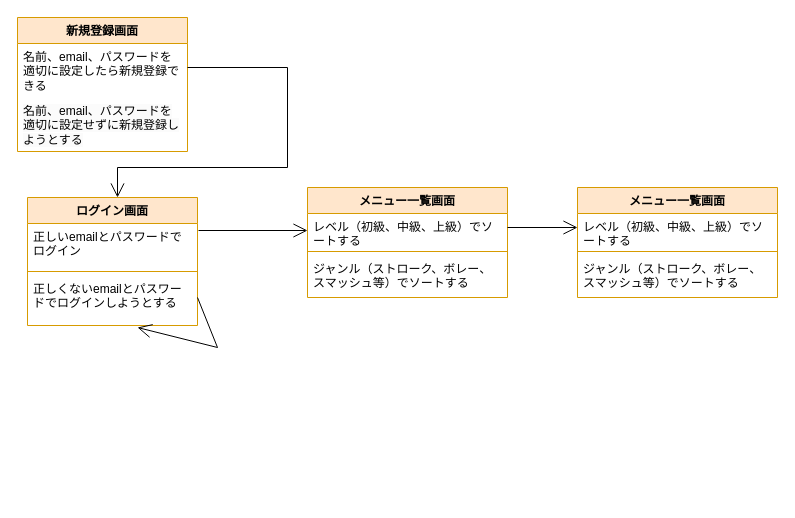
Before: 画面遷移図.drawio in yu-tas/achieve, a draw.io diagram. Source tidied: cells renumbered, new cells numbered last; positions are measured from the earlier drawing's top-left corner, leaving out a move shared by most shapes. Both pictures are drawn from the tidied source at 100%, with x=0, y=0 at pixel (17, 17).
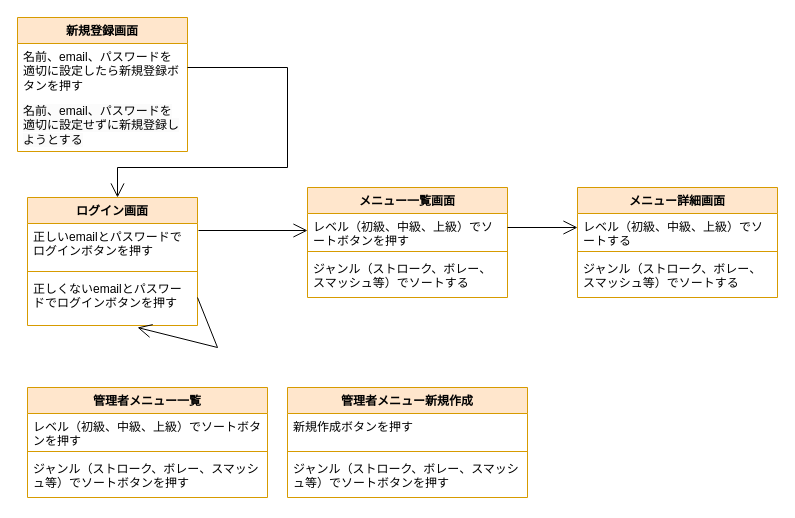
The same diagram, later.

Commit message (it also covers changes not shown here):
画面遷移図.drawio を更新します

Unchanged cells that the change refers to:
```xml
<mxCell id="2" style="group;" parent="1" vertex="1">
  <mxGeometry width="760" height="330" as="geometry" />
</mxCell>
<mxCell id="5" value="新規登録画面" style="swimlane;fontStyle=1;align=center;verticalAlign=top;horizontal=1;startSize=26;whiteSpace=wrap;html=1;fillColor=#ffe6cc;strokeColor=#d79b00;" parent="4" vertex="1">
  <mxGeometry width="170" height="134" as="geometry" />
</mxCell>
<mxCell id="11" value="ログイン画面" style="swimlane;fontStyle=1;align=center;verticalAlign=top;horizontal=1;startSize=26;whiteSpace=wrap;html=1;fillColor=#ffe6cc;strokeColor=#d79b00;" parent="10" vertex="1">
  <mxGeometry width="170" height="128" as="geometry" />
</mxCell>
<mxCell id="17" value="メニュー一覧画面" style="swimlane;fontStyle=1;align=center;verticalAlign=top;horizontal=1;startSize=26;whiteSpace=wrap;html=1;fillColor=#ffe6cc;strokeColor=#d79b00;" parent="8" vertex="1">
  <mxGeometry x="290" y="120" width="200" height="110" as="geometry" />
</mxCell>
```

What changed in the source:
```diff
@@
-    <mxCell id="6" value="名前、email、パスワードを適切に設定したら新規登録できる" style="text;strokeColor=none;fillColor=none;align=left;verticalAlign=top;spacingLeft=4;spacingRight=4;overflow=hidden;whiteSpace=wrap;html=1;" parent="5" vertex="1">
+    <mxCell id="6" value="名前、email、パスワードを適切に設定したら新規登録ボタンを押す" style="text;strokeColor=none;fillColor=none;align=left;verticalAlign=top;spacingLeft=4;spacingRight=4;overflow=hidden;whiteSpace=wrap;html=1;" parent="5" vertex="1">
       <mxGeometry y="26" width="170" height="54" as="geometry" />
     </mxCell>
@@
-    <mxCell id="12" value="正しいemailとパスワードでログイン" style="text;strokeColor=none;fillColor=none;align=left;verticalAlign=top;spacingLeft=4;spacingRight=4;overflow=hidden;points=[[0,0.5],[1,0.5]];portConstraint=eastwest;whiteSpace=wrap;html=1;" parent="11" vertex="1">
+    <mxCell id="12" value="正しいemailとパスワードでログインボタンを押す" style="text;strokeColor=none;fillColor=none;align=left;verticalAlign=top;spacingLeft=4;spacingRight=4;overflow=hidden;points=[[0,0.5],[1,0.5]];portConstraint=eastwest;whiteSpace=wrap;html=1;" parent="11" vertex="1">
       <mxGeometry y="26" width="170" height="44" as="geometry" />
     </mxCell>
@@
-    <mxCell id="14" value="正しくないemailとパスワードでログインしようとする" style="text;strokeColor=none;fillColor=none;align=left;verticalAlign=top;spacingLeft=4;spacingRight=4;overflow=hidden;whiteSpace=wrap;html=1;" parent="11" vertex="1">
+    <mxCell id="14" value="正しくないemailとパスワードでログインボタンを押す" style="text;strokeColor=none;fillColor=none;align=left;verticalAlign=top;spacingLeft=4;spacingRight=4;overflow=hidden;whiteSpace=wrap;html=1;" parent="11" vertex="1">
       <mxGeometry y="78" width="170" height="50" as="geometry" />
     </mxCell>
@@
-    <mxCell id="18" value="レベル（初級、中級、上級）でソートする" style="text;strokeColor=none;fillColor=none;align=left;verticalAlign=top;spacingLeft=4;spacingRight=4;overflow=hidden;points=[[0,0.5],[1,0.5]];portConstraint=eastwest;whiteSpace=wrap;html=1;" parent="17" vertex="1">
+    <mxCell id="18" value="レベル（初級、中級、上級）でソートボタンを押す" style="text;strokeColor=none;fillColor=none;align=left;verticalAlign=top;spacingLeft=4;spacingRight=4;overflow=hidden;points=[[0,0.5],[1,0.5]];portConstraint=eastwest;whiteSpace=wrap;html=1;" parent="17" vertex="1">
       <mxGeometry y="26" width="200" height="34" as="geometry" />
     </mxCell>
@@
-    <mxCell id="23" value="メニュー一覧画面" style="swimlane;fontStyle=1;align=center;verticalAlign=top;horizontal=1;startSize=26;whiteSpace=wrap;html=1;fillColor=#ffe6cc;strokeColor=#d79b00;" parent="2" vertex="1">
+    <mxCell id="23" value="メニュー詳細画面" style="swimlane;fontStyle=1;align=center;verticalAlign=top;horizontal=1;startSize=26;whiteSpace=wrap;html=1;fillColor=#ffe6cc;strokeColor=#d79b00;" parent="2" vertex="1">
       <mxGeometry x="560" y="170" width="200" height="110" as="geometry" />
     </mxCell>
@@
+    <mxCell id="27" value="管理者メニュー一覧" style="swimlane;fontStyle=1;align=center;verticalAlign=top;horizontal=1;startSize=26;whiteSpace=wrap;html=1;fillColor=#ffe6cc;strokeColor=#d79b00;" parent="1" vertex="1">
+      <mxGeometry x="10" y="370" width="240" height="110" as="geometry" />
+    </mxCell>
+    <mxCell id="28" value="レベル（初級、中級、上級）でソートボタンを押す" style="text;strokeColor=none;fillColor=none;align=left;verticalAlign=top;spacingLeft=4;spacingRight=4;overflow=hidden;whiteSpace=wrap;html=1;" parent="27" vertex="1">
+      <mxGeometry y="26" width="240" height="34" as="geometry" />
+    </mxCell>
+    <mxCell id="29" style="line;strokeWidth=1;fillColor=none;align=left;verticalAlign=middle;spacingTop=-1;spacingLeft=3;spacingRight=3;labelPosition=right;strokeColor=inherit;" parent="27" vertex="1">
+      <mxGeometry y="60" width="240" height="8" as="geometry" />
+    </mxCell>
+    <mxCell id="30" value="ジャンル（ストローク、ボレー、スマッシュ等）でソートボタンを押す" style="text;strokeColor=none;fillColor=none;align=left;verticalAlign=top;spacingLeft=4;spacingRight=4;overflow=hidden;whiteSpace=wrap;html=1;" parent="27" vertex="1">
+      <mxGeometry y="68" width="240" height="42" as="geometry" />
+    </mxCell>
+    <mxCell id="31" value="管理者メニュー新規作成" style="swimlane;fontStyle=1;align=center;verticalAlign=top;horizontal=1;startSize=26;whiteSpace=wrap;html=1;fillColor=#ffe6cc;strokeColor=#d79b00;" parent="1" vertex="1">
+      <mxGeometry x="270" y="370" width="240" height="110" as="geometry" />
+    </mxCell>
+    <mxCell id="32" value="新規作成ボタンを押す" style="text;strokeColor=none;fillColor=none;align=left;verticalAlign=top;spacingLeft=4;spacingRight=4;overflow=hidden;whiteSpace=wrap;html=1;" parent="31" vertex="1">
+      <mxGeometry y="26" width="240" height="34" as="geometry" />
+    </mxCell>
+    <mxCell id="33" style="line;strokeWidth=1;fillColor=none;align=left;verticalAlign=middle;spacingTop=-1;spacingLeft=3;spacingRight=3;labelPosition=right;strokeColor=inherit;" parent="31" vertex="1">
+      <mxGeometry y="60" width="240" height="8" as="geometry" />
+    </mxCell>
+    <mxCell id="34" value="ジャンル（ストローク、ボレー、スマッシュ等）でソートボタンを押す" style="text;strokeColor=none;fillColor=none;align=left;verticalAlign=top;spacingLeft=4;spacingRight=4;overflow=hidden;whiteSpace=wrap;html=1;" parent="31" vertex="1">
+      <mxGeometry y="68" width="240" height="42" as="geometry" />
+    </mxCell>
```
